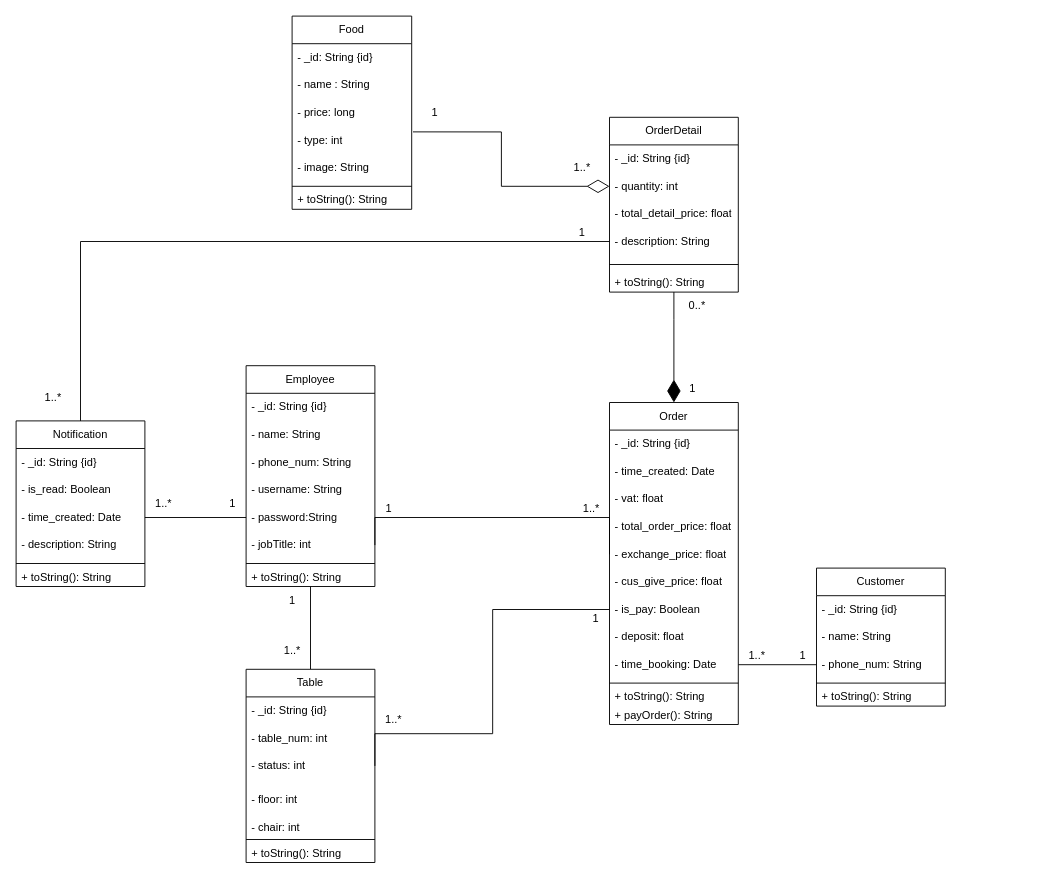
Above: class-diagram.drawio in MaiNhatHoangY2001/HLFood (draw.io), before the change. Source tidied: cells renumbered, new cells numbered last; positions are measured from the earlier drawing's top-left corner, leaving out a move shared by most shapes. Both pictures are drawn from the tidied source at 92%, with x=0, y=0 at pixel (16, 16).
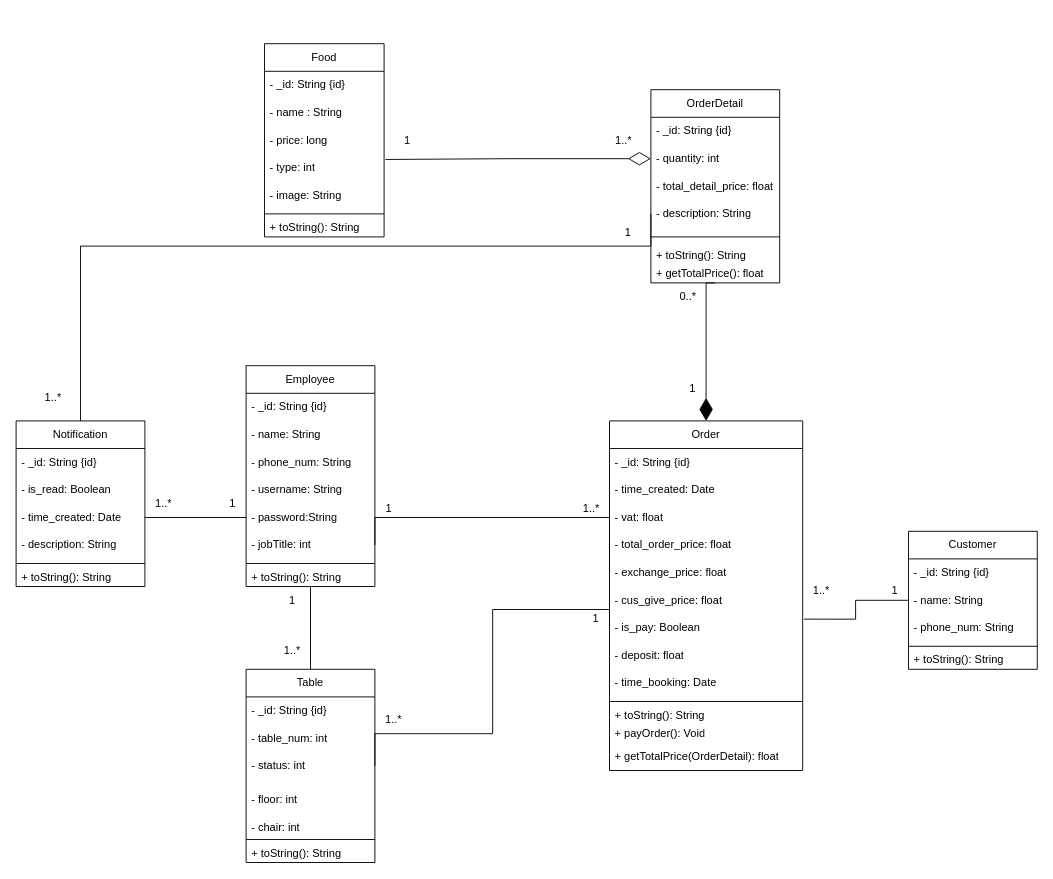
Above is the later version.

Commit message:
Cập nhật class-diagram.drawio

Unchanged cells that the change refers to:
```xml
<mxCell id="15" value="- type: int" style="text;strokeColor=none;fillColor=none;align=left;verticalAlign=middle;spacingLeft=4;spacingRight=4;overflow=hidden;points=[[0,0.5],[1,0.5]];portConstraint=eastwest;whiteSpace=wrap;html=1;" parent="11" vertex="1">
  <mxGeometry y="120" width="130" height="30" as="geometry" />
</mxCell>
<mxCell id="34" value="- quantity: int" style="text;strokeColor=none;fillColor=none;align=left;verticalAlign=middle;spacingLeft=4;spacingRight=4;overflow=hidden;points=[[0,0.5],[1,0.5]];portConstraint=eastwest;whiteSpace=wrap;html=1;" parent="32" vertex="1">
  <mxGeometry y="60" width="140" height="30" as="geometry" />
</mxCell>
<mxCell id="36" value="- description: String" style="text;strokeColor=none;fillColor=none;align=left;verticalAlign=middle;spacingLeft=4;spacingRight=4;overflow=hidden;points=[[0,0.5],[1,0.5]];portConstraint=eastwest;whiteSpace=wrap;html=1;" parent="32" vertex="1">
  <mxGeometry y="120" width="140" height="30" as="geometry" />
</mxCell>
<mxCell id="42" value="- name: String" style="text;strokeColor=none;fillColor=none;align=left;verticalAlign=middle;spacingLeft=4;spacingRight=4;overflow=hidden;points=[[0,0.5],[1,0.5]];portConstraint=eastwest;whiteSpace=wrap;html=1;" parent="40" vertex="1">
  <mxGeometry y="60" width="140" height="30" as="geometry" />
</mxCell>
<mxCell id="43" value="- phone_num: String" style="text;strokeColor=none;fillColor=none;align=left;verticalAlign=middle;spacingLeft=4;spacingRight=4;overflow=hidden;points=[[0,0.5],[1,0.5]];portConstraint=eastwest;whiteSpace=wrap;html=1;" parent="40" vertex="1">
  <mxGeometry y="90" width="140" height="30" as="geometry" />
</mxCell>
<mxCell id="69" value="Notification" style="swimlane;fontStyle=0;horizontal=1;startSize=30;whiteSpace=wrap;html=1;" parent="1" vertex="1">
  <mxGeometry y="440" width="140" height="180" as="geometry" />
</mxCell>
```

The edit, as a diff of the source:
```diff
@@
     <mxCell id="11" value="Food" style="swimlane;fontStyle=0;horizontal=1;startSize=30;whiteSpace=wrap;html=1;" parent="1" vertex="1">
-      <mxGeometry x="300" width="130" height="210" as="geometry" />
+      <mxGeometry x="270" y="30" width="130" height="210" as="geometry" />
     </mxCell>
@@
     <mxCell id="19" value="Order" style="swimlane;fontStyle=0;horizontal=1;startSize=30;whiteSpace=wrap;html=1;" parent="1" vertex="1">
-      <mxGeometry x="645" y="420" width="140" height="350" as="geometry" />
+      <mxGeometry x="645" y="440" width="210" height="380" as="geometry" />
     </mxCell>
     <mxCell id="20" value="- _id: String {id}" style="text;strokeColor=none;fillColor=none;align=left;verticalAlign=middle;spacingLeft=4;spacingRight=4;overflow=hidden;whiteSpace=wrap;html=1;" parent="19" vertex="1">
-      <mxGeometry y="30" width="140" height="30" as="geometry" />
+      <mxGeometry y="30" width="210" height="30" as="geometry" />
     </mxCell>
     <mxCell id="21" value="- time_created: Date" style="text;strokeColor=none;fillColor=none;align=left;verticalAlign=middle;spacingLeft=4;spacingRight=4;overflow=hidden;whiteSpace=wrap;html=1;" parent="19" vertex="1">
-      <mxGeometry y="60" width="140" height="30" as="geometry" />
+      <mxGeometry y="60" width="210" height="30" as="geometry" />
     </mxCell>
     <mxCell id="22" value="- vat: float" style="text;strokeColor=none;fillColor=none;align=left;verticalAlign=middle;spacingLeft=4;spacingRight=4;overflow=hidden;whiteSpace=wrap;html=1;" parent="19" vertex="1">
-      <mxGeometry y="90" width="140" height="30" as="geometry" />
+      <mxGeometry y="90" width="210" height="30" as="geometry" />
     </mxCell>
     <mxCell id="23" value="- total_order_price: float" style="text;strokeColor=none;fillColor=none;align=left;verticalAlign=middle;spacingLeft=4;spacingRight=4;overflow=hidden;whiteSpace=wrap;html=1;" parent="19" vertex="1">
-      <mxGeometry y="120" width="140" height="30" as="geometry" />
+      <mxGeometry y="120" width="210" height="30" as="geometry" />
     </mxCell>
     <mxCell id="24" value="- exchange_price: float" style="text;strokeColor=none;fillColor=none;align=left;verticalAlign=middle;spacingLeft=4;spacingRight=4;overflow=hidden;points=[[0,0.5],[1,0.5]];portConstraint=eastwest;whiteSpace=wrap;html=1;" parent="19" vertex="1">
-      <mxGeometry y="150" width="140" height="30" as="geometry" />
+      <mxGeometry y="150" width="210" height="30" as="geometry" />
     </mxCell>
     <mxCell id="25" value="- cus_give_price: float" style="text;strokeColor=none;fillColor=none;align=left;verticalAlign=middle;spacingLeft=4;spacingRight=4;overflow=hidden;whiteSpace=wrap;html=1;" parent="19" vertex="1">
-      <mxGeometry y="180" width="140" height="30" as="geometry" />
+      <mxGeometry y="180" width="210" height="30" as="geometry" />
     </mxCell>
     <mxCell id="26" value="- is_pay: Boolean" style="text;strokeColor=none;fillColor=none;align=left;verticalAlign=middle;spacingLeft=4;spacingRight=4;overflow=hidden;points=[[0,0.5],[1,0.5]];portConstraint=eastwest;whiteSpace=wrap;html=1;" parent="19" vertex="1">
-      <mxGeometry y="210" width="140" height="30" as="geometry" />
+      <mxGeometry y="210" width="210" height="30" as="geometry" />
     </mxCell>
     <mxCell id="27" value="- deposit: float" style="text;strokeColor=none;fillColor=none;align=left;verticalAlign=middle;spacingLeft=4;spacingRight=4;overflow=hidden;whiteSpace=wrap;html=1;" parent="19" vertex="1">
-      <mxGeometry y="240" width="140" height="30" as="geometry" />
+      <mxGeometry y="240" width="210" height="30" as="geometry" />
     </mxCell>
     <mxCell id="28" value="- time_booking: Date" style="text;strokeColor=none;fillColor=none;align=left;verticalAlign=middle;spacingLeft=4;spacingRight=4;overflow=hidden;points=[[0,0.5],[1,0.5]];portConstraint=eastwest;whiteSpace=wrap;html=1;" parent="19" vertex="1">
-      <mxGeometry y="270" width="140" height="30" as="geometry" />
+      <mxGeometry y="270" width="210" height="30" as="geometry" />
     </mxCell>
     <mxCell id="29" style="line;html=1;strokeWidth=1;align=left;verticalAlign=middle;spacingTop=-1;spacingLeft=3;spacingRight=3;labelPosition=right;" parent="19" vertex="1">
-      <mxGeometry y="300" width="140" height="10" as="geometry" />
+      <mxGeometry y="300" width="210" height="10" as="geometry" />
     </mxCell>
     <mxCell id="30" value="+ toString(): String" style="text;strokeColor=none;fillColor=none;align=left;verticalAlign=middle;spacingLeft=4;spacingRight=4;overflow=hidden;whiteSpace=wrap;html=1;" parent="19" vertex="1">
-      <mxGeometry y="310" width="140" height="20" as="geometry" />
+      <mxGeometry y="310" width="210" height="20" as="geometry" />
     </mxCell>
-    <mxCell id="31" value="+ payOrder&lt;span style=&quot;background-color: initial;&quot;&gt;(): String&lt;/span&gt;" style="text;strokeColor=none;fillColor=none;align=left;verticalAlign=middle;spacingLeft=4;spacingRight=4;overflow=hidden;whiteSpace=wrap;html=1;" parent="19" vertex="1">
-      <mxGeometry y="330" width="140" height="20" as="geometry" />
+    <mxCell id="31" value="+ payOrder&lt;span style=&quot;background-color: initial;&quot;&gt;(): Void&lt;/span&gt;" style="text;strokeColor=none;fillColor=none;align=left;verticalAlign=middle;spacingLeft=4;spacingRight=4;overflow=hidden;whiteSpace=wrap;html=1;" parent="19" vertex="1">
+      <mxGeometry y="330" width="210" height="20" as="geometry" />
     </mxCell>
+    <mxCell id="84" value="+ getTotalPrice(OrderDetail): float" style="text;strokeColor=none;fillColor=none;align=left;verticalAlign=middle;spacingLeft=4;spacingRight=4;overflow=hidden;whiteSpace=wrap;html=1;" parent="19" vertex="1">
+      <mxGeometry y="350" width="210" height="30" as="geometry" />
+    </mxCell>
     <mxCell id="32" value="OrderDetail" style="swimlane;fontStyle=0;horizontal=1;startSize=30;whiteSpace=wrap;html=1;" parent="1" vertex="1">
-      <mxGeometry x="645" y="110" width="140" height="190" as="geometry" />
+      <mxGeometry x="690" y="80" width="140" height="210" as="geometry" />
     </mxCell>
@@
+    <mxCell id="85" value="+ getTotalPrice(): float" style="text;strokeColor=none;fillColor=none;align=left;verticalAlign=middle;spacingLeft=4;spacingRight=4;overflow=hidden;whiteSpace=wrap;html=1;" parent="32" vertex="1">
+      <mxGeometry y="190" width="140" height="20" as="geometry" />
+    </mxCell>
     <mxCell id="39" style="edgeStyle=orthogonalEdgeStyle;rounded=0;jettySize=auto;html=1;entryX=0.5;entryY=0;entryDx=0;entryDy=0;endArrow=diamondThin;endFill=1;exitX=0.5;exitY=1;exitDx=0;exitDy=0;endSize=22;jumpSize=2;" parent="1" edge="1" source="32" target="19">
       <mxGeometry relative="1" as="geometry">
         <Array as="points">
-          <mxPoint x="715" y="330" />
-          <mxPoint x="715" y="330" />
+          <mxPoint x="750" y="290" />
         </Array>
       </mxGeometry>
     </mxCell>
     <mxCell id="40" value="Customer" style="swimlane;fontStyle=0;horizontal=1;startSize=30;whiteSpace=wrap;html=1;" parent="1" vertex="1">
-      <mxGeometry x="870" y="600" width="140" height="150" as="geometry" />
+      <mxGeometry x="970" y="560" width="140" height="150" as="geometry" />
     </mxCell>
@@
     <mxCell id="46" value="1..*" style="text;html=1;align=center;verticalAlign=middle;strokeColor=none;fillColor=none;" parent="1" vertex="1">
-      <mxGeometry x="595" y="150" width="40" height="30" as="geometry" />
+      <mxGeometry x="640" y="120" width="40" height="30" as="geometry" />
     </mxCell>
@@
     <mxCell id="48" value="0..*" style="text;html=1;align=center;verticalAlign=middle;strokeColor=none;fillColor=none;" parent="1" vertex="1">
-      <mxGeometry x="720" y="300" width="40" height="30" as="geometry" />
+      <mxGeometry x="710" y="290" width="40" height="30" as="geometry" />
     </mxCell>
     <mxCell id="49" value="1" style="text;html=1;align=center;verticalAlign=middle;strokeColor=none;fillColor=none;" parent="1" vertex="1">
-      <mxGeometry x="840" y="680" width="30" height="30" as="geometry" />
+      <mxGeometry x="940" y="610" width="30" height="30" as="geometry" />
     </mxCell>
     <mxCell id="50" value="1..*" style="text;html=1;align=center;verticalAlign=middle;strokeColor=none;fillColor=none;" parent="1" vertex="1">
-      <mxGeometry x="785" y="680" width="40" height="30" as="geometry" />
+      <mxGeometry x="855" y="610" width="40" height="30" as="geometry" />
     </mxCell>
@@
     <mxCell id="66" value="1" style="text;html=1;align=center;verticalAlign=middle;strokeColor=none;fillColor=none;" parent="1" vertex="1">
-      <mxGeometry x="440" y="90" width="30" height="30" as="geometry" />
+      <mxGeometry x="410" y="120" width="30" height="30" as="geometry" />
     </mxCell>
@@
     <mxCell id="68" style="edgeStyle=orthogonalEdgeStyle;rounded=0;jettySize=auto;html=1;exitX=0.5;exitY=0;exitDx=0;exitDy=0;entryX=0;entryY=0.5;entryDx=0;entryDy=0;endArrow=none;endFill=0;" parent="1" edge="1" source="69" target="36">
-      <mxGeometry relative="1" as="geometry" />
+      <mxGeometry relative="1" as="geometry">
+        <Array as="points">
+          <mxPoint x="70" y="250" />
+          <mxPoint x="690" y="250" />
+        </Array>
+      </mxGeometry>
     </mxCell>
@@
-    <mxCell id="77" style="edgeStyle=orthogonalEdgeStyle;rounded=0;jettySize=auto;html=1;exitX=1;exitY=0.5;exitDx=0;exitDy=0;entryX=0;entryY=0.5;entryDx=0;entryDy=0;endArrow=none;endFill=0;" parent="1" edge="1" source="28" target="43">
-      <mxGeometry relative="1" as="geometry" />
-    </mxCell>
@@
     <mxCell id="79" value="1" style="text;html=1;align=center;verticalAlign=middle;strokeColor=none;fillColor=none;" parent="1" vertex="1">
-      <mxGeometry x="600" y="220" width="30" height="30" as="geometry" />
+      <mxGeometry x="650" y="220" width="30" height="30" as="geometry" />
     </mxCell>
@@
     <mxCell id="83" style="edgeStyle=orthogonalEdgeStyle;rounded=0;jettySize=auto;html=1;exitX=0;exitY=0.5;exitDx=0;exitDy=0;entryX=1.011;entryY=0.195;entryDx=0;entryDy=0;entryPerimeter=0;endArrow=none;endFill=0;startArrow=diamondThin;startFill=0;targetPerimeterSpacing=0;sourcePerimeterSpacing=0;startSize=22;" parent="1" edge="1" source="34" target="15">
-      <mxGeometry relative="1" as="geometry" />
+      <mxGeometry relative="1" as="geometry">
+        <Array as="points">
+          <mxPoint x="535" y="155" />
+          <mxPoint x="401" y="156" />
+        </Array>
+      </mxGeometry>
     </mxCell>
+    <mxCell id="86" style="edgeStyle=orthogonalEdgeStyle;rounded=0;jettySize=auto;html=1;exitX=0;exitY=0.5;exitDx=0;exitDy=0;entryX=1.007;entryY=0.183;entryDx=0;entryDy=0;entryPerimeter=0;endArrow=none;endFill=0;" parent="1" edge="1" source="42" target="26">
+      <mxGeometry relative="1" as="geometry" />
+    </mxCell>
```
